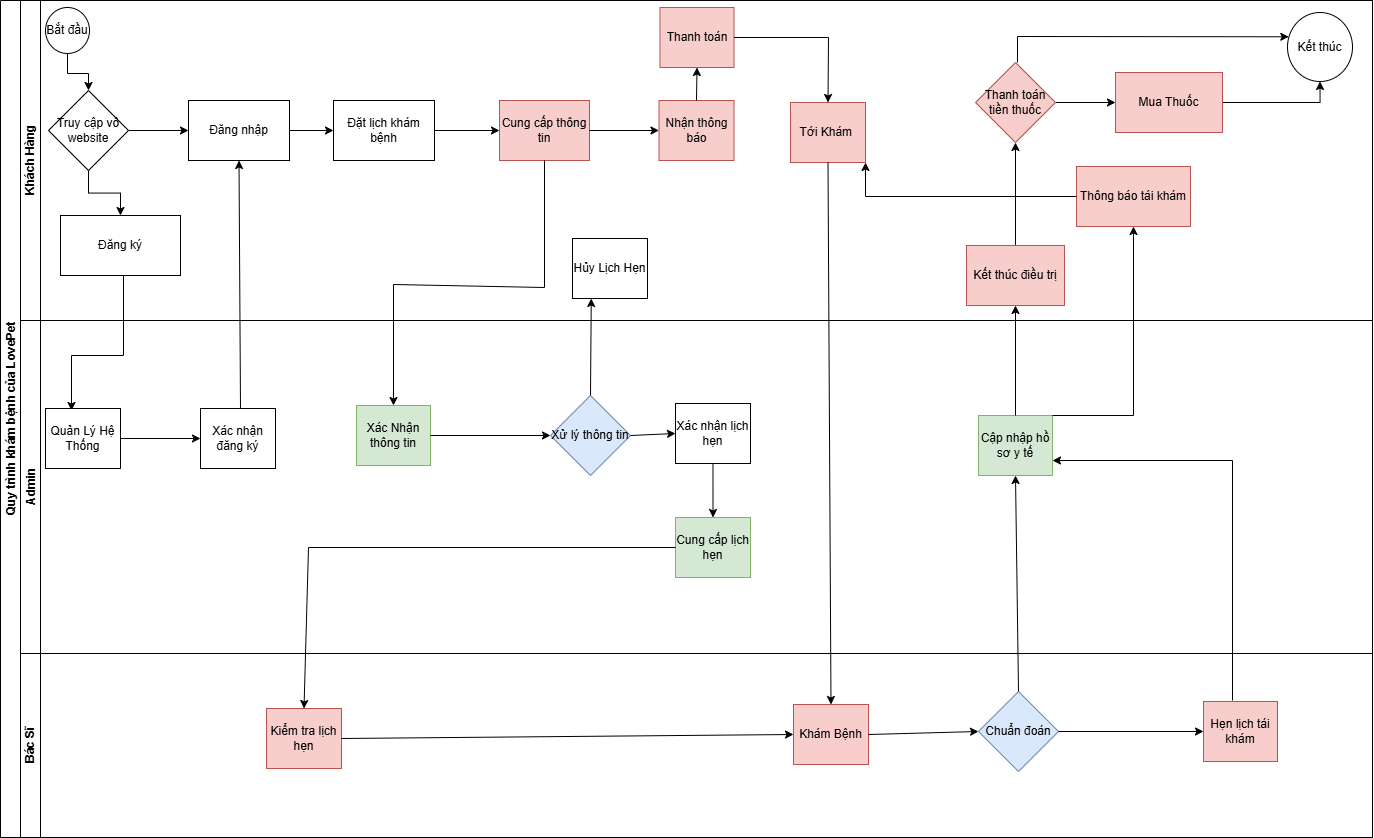
Earlier version of the draw.io export QuyTrinhKhamBenh.drawio.png (Junglou/-n). Source tidied: cells renumbered, new cells last; positions are measured from the earlier drawing's top-left corner, leaving out a move shared by most shapes.
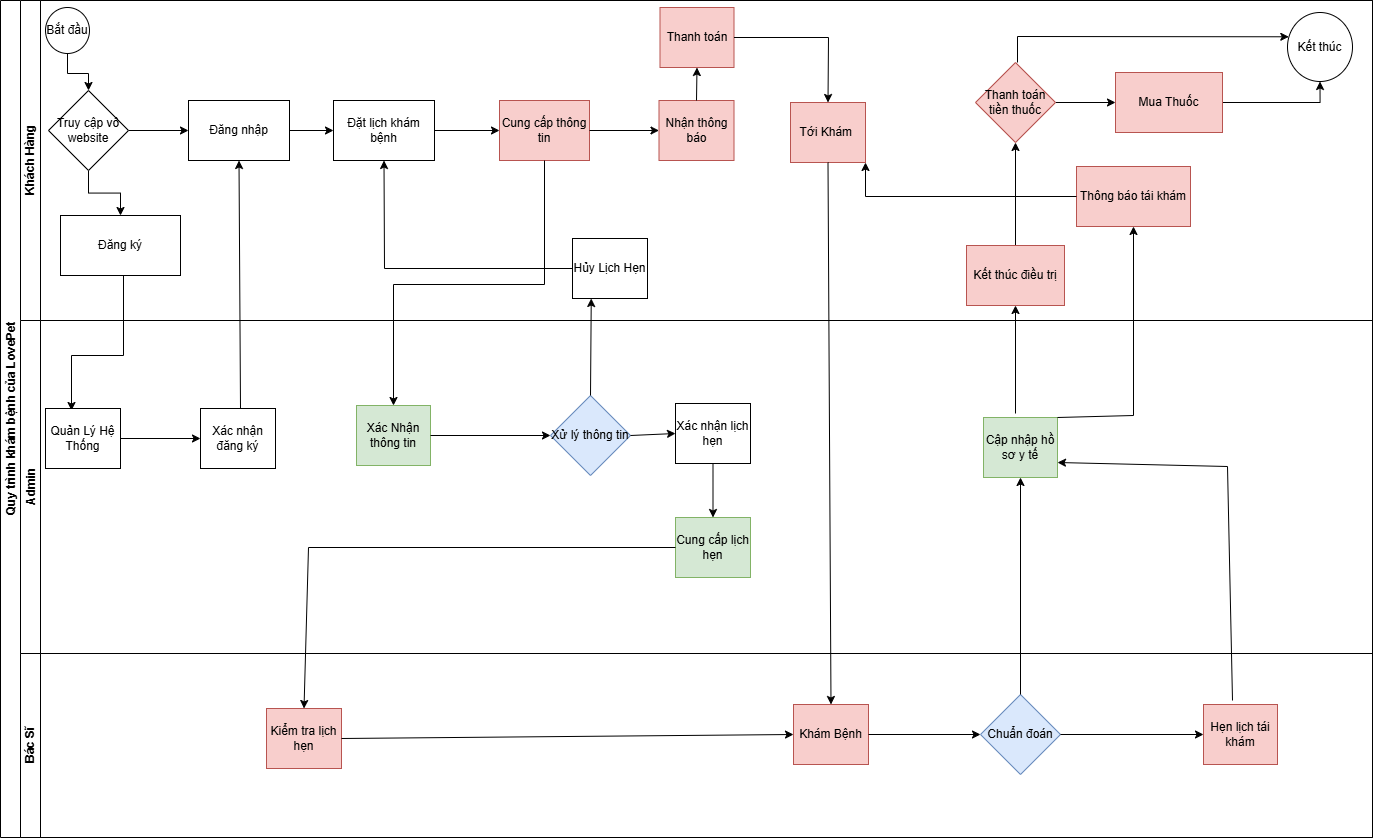
After the commit.

What changed in the source:
```diff
@@ -115,6 +115,13 @@
         </Array>
       </mxGeometry>
     </mxCell>
+    <mxCell id="62" style="endArrow=classic;html=1;rounded=0;exitX=0;exitY=0.5;exitDx=0;exitDy=0;entryX=0.5;entryY=1;entryDx=0;entryDy=0;" parent="3" edge="1" source="21" target="18">
+      <mxGeometry relative="1" as="geometry">
+        <Array as="points">
+          <mxPoint x="364" y="268" />
+        </Array>
+      </mxGeometry>
+    </mxCell>
     <mxCell id="33" value="Admin" style="swimlane;html=1;startSize=20;horizontal=0;" parent="2" vertex="1">
       <mxGeometry x="20" y="320" width="1352" height="333" as="geometry" />
     </mxCell>
@@ -128,7 +135,7 @@
       <mxGeometry x="655" y="83" width="75" height="60" as="geometry" />
     </mxCell>
     <mxCell id="37" value="Cập nhập hồ sơ y tế" style="whiteSpace=wrap;html=1;fillColor=#d5e8d4;strokeColor=#82b366;" parent="33" vertex="1">
-      <mxGeometry x="958" y="95" width="74" height="60" as="geometry" />
+      <mxGeometry x="963" y="97" width="74" height="60" as="geometry" />
     </mxCell>
     <mxCell id="38" value="Xác Nhận thông tin" style="whiteSpace=wrap;html=1;fillColor=#d5e8d4;strokeColor=#82b366;" parent="33" vertex="1">
       <mxGeometry x="336" y="85" width="74" height="60" as="geometry" />
@@ -159,7 +166,7 @@
     <mxCell id="46" style="endArrow=classic;html=1;rounded=0;exitX=0.5;exitY=1;exitDx=0;exitDy=0;entryX=0.5;entryY=0;entryDx=0;entryDy=0;" parent="2" edge="1" source="6" target="38">
       <mxGeometry relative="1" as="geometry">
         <Array as="points">
-          <mxPoint x="544" y="287" />
+          <mxPoint x="544" y="284" />
           <mxPoint x="393" y="284" />
         </Array>
       </mxGeometry>
@@ -171,13 +178,13 @@
       <mxGeometry x="246" y="55" width="75" height="60" as="geometry" />
     </mxCell>
     <mxCell id="49" value="Chuẩn đoán" style="rhombus;whiteSpace=wrap;html=1;fillColor=#dae8fc;strokeColor=#6c8ebf;" parent="47" vertex="1">
-      <mxGeometry x="958" y="38" width="80" height="80" as="geometry" />
+      <mxGeometry x="960" y="41" width="80" height="80" as="geometry" />
     </mxCell>
     <mxCell id="50" value="Khám Bệnh" style="whiteSpace=wrap;html=1;fillColor=#f8cecc;strokeColor=#b85450;" parent="47" vertex="1">
       <mxGeometry x="773" y="51" width="75" height="60" as="geometry" />
     </mxCell>
     <mxCell id="51" value="Hẹn lịch tái khám" style="whiteSpace=wrap;html=1;fillColor=#f8cecc;strokeColor=#b85450;" parent="47" vertex="1">
-      <mxGeometry x="1183" y="48" width="74" height="60" as="geometry" />
+      <mxGeometry x="1183" y="51" width="74" height="60" as="geometry" />
     </mxCell>
     <mxCell id="52" style="endArrow=classic;html=1;rounded=0;exitX=1;exitY=0.5;exitDx=0;exitDy=0;entryX=0;entryY=0.5;entryDx=0;entryDy=0;" parent="47" edge="1" source="48" target="50">
       <mxGeometry relative="1" as="geometry" />
@@ -204,8 +211,10 @@
     <mxCell id="58" style="endArrow=classic;html=1;rounded=0;exitX=0.5;exitY=0;exitDx=0;exitDy=0;entryX=0.5;entryY=1;entryDx=0;entryDy=0;" parent="2" edge="1" source="49" target="37">
       <mxGeometry relative="1" as="geometry" />
     </mxCell>
-    <mxCell id="59" style="endArrow=classic;html=1;rounded=0;exitX=0.5;exitY=0;exitDx=0;exitDy=0;entryX=0.5;entryY=1;entryDx=0;entryDy=0;" parent="2" edge="1" source="37" target="23">
-      <mxGeometry relative="1" as="geometry" />
+    <mxCell id="59" style="endArrow=classic;html=1;rounded=0;entryX=0.5;entryY=1;entryDx=0;entryDy=0;" parent="2" edge="1" target="23">
+      <mxGeometry relative="1" as="geometry">
+        <mxPoint x="1015" y="413" as="sourcePoint" />
+      </mxGeometry>
     </mxCell>
     <mxCell id="60" style="endArrow=classic;html=1;rounded=0;exitX=1;exitY=0;exitDx=0;exitDy=0;entryX=0.5;entryY=1;entryDx=0;entryDy=0;" parent="2" edge="1" source="37" target="29">
       <mxGeometry relative="1" as="geometry">
@@ -218,7 +227,7 @@
       <mxGeometry relative="1" as="geometry">
         <mxPoint x="1232" y="700" as="sourcePoint" />
         <Array as="points">
-          <mxPoint x="1232" y="460" />
+          <mxPoint x="1227" y="466" />
         </Array>
       </mxGeometry>
     </mxCell>
```
